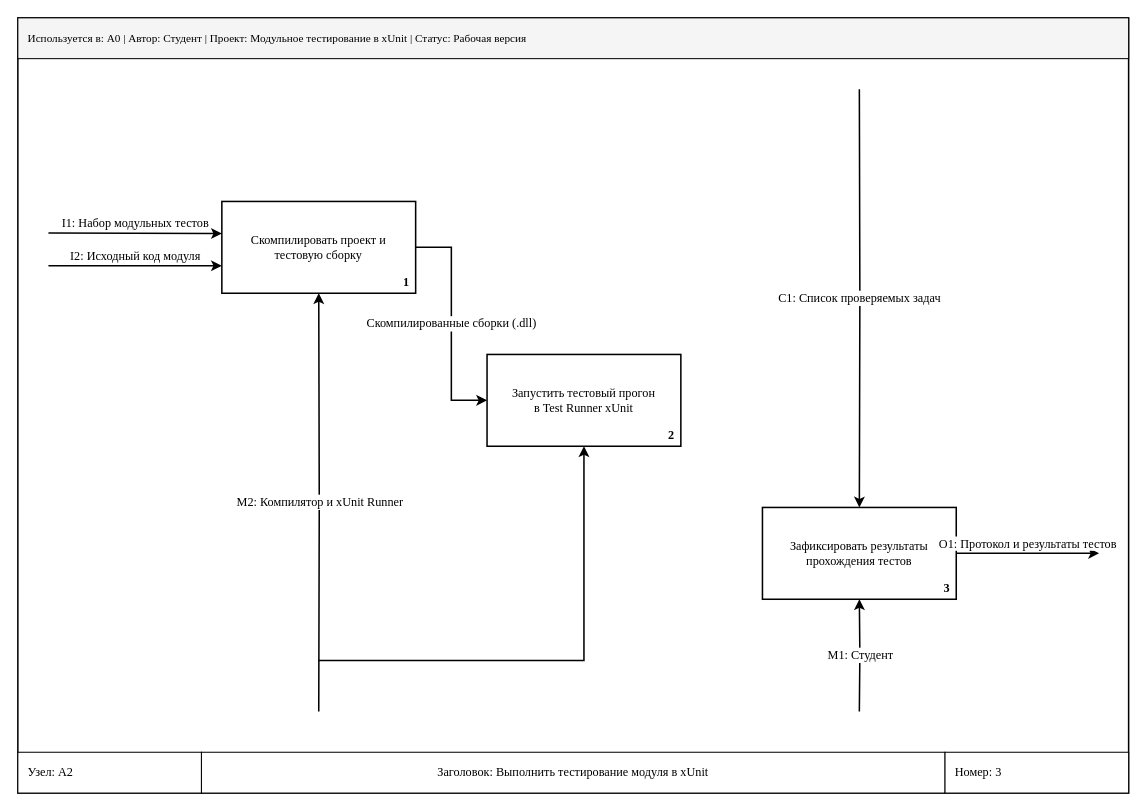
dierpirlo-ui/PITPM keeps this draw.io diagram as page "A2 (Декомпозиция блока A2)" (3 of 3) of Pr6/Task_5_5_IDEF0_Diagrams.drawio. Above is the earlier version. Source tidied: cells renumbered, new cells numbered last; positions are measured from the earlier drawing's top-left corner, leaving out a move shared by most shapes. Both pictures are drawn from the tidied source at 102%, with x=0, y=0 at pixel (17, 17).
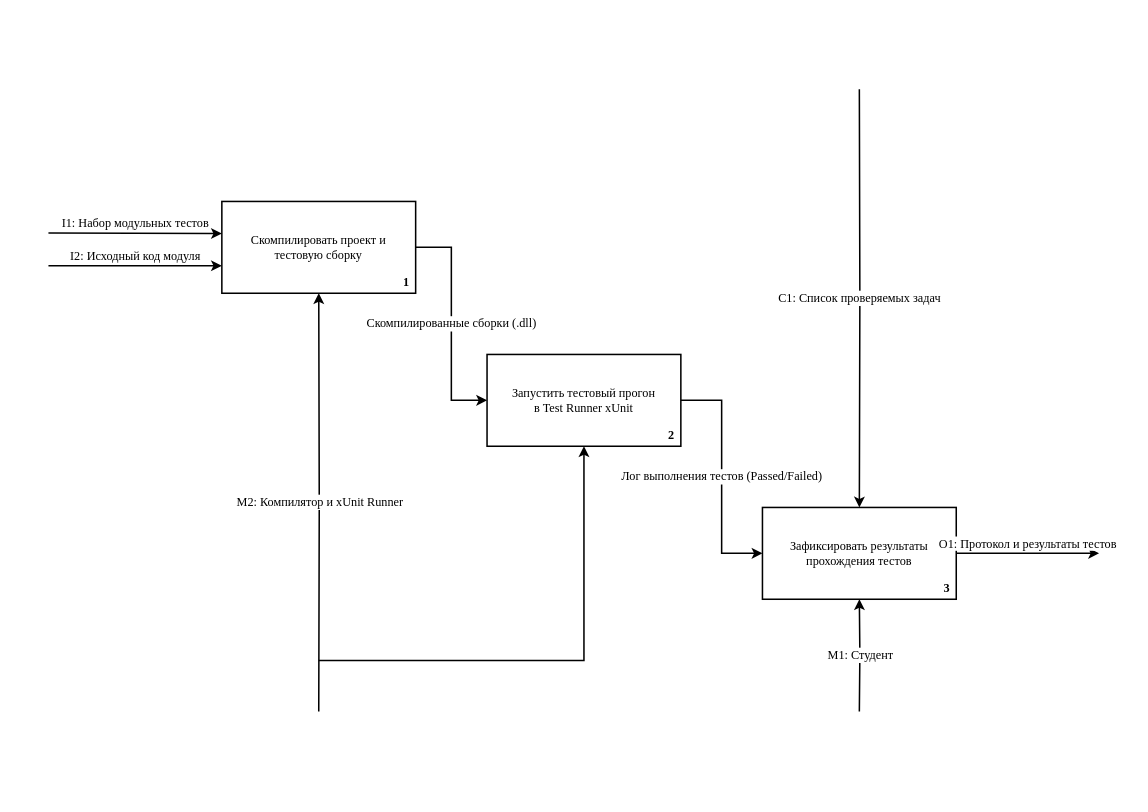
The same diagram, later.

The change refers to these unchanged cells:
```xml
<mxCell id="9" value="Запустить тестовый прогон&#10;в Test Runner xUnit" style="rounded=0;whiteSpace=wrap;html=1;fillColor=#ffffff;strokeColor=#000000;strokeWidth=1.5;fontFamily=Times New Roman;fontSize=12;" parent="1" vertex="1">
  <mxGeometry x="460" y="330" width="190" height="90" as="geometry" />
</mxCell>
<mxCell id="11" value="Зафиксировать результаты&#10;прохождения тестов" style="rounded=0;whiteSpace=wrap;html=1;fillColor=#ffffff;strokeColor=#000000;strokeWidth=1.5;fontFamily=Times New Roman;fontSize=12;" parent="1" vertex="1">
  <mxGeometry x="730" y="480" width="190" height="90" as="geometry" />
</mxCell>
```

What changed in the source:
```diff
@@
-    <mxCell id="2" style="rounded=0;whiteSpace=wrap;html=1;fillColor=none;strokeColor=#000000;strokeWidth=1.5;" parent="1" vertex="1">
-      <mxGeometry width="1089" height="760" as="geometry" />
-    </mxCell>
-    <mxCell id="3" value="Используется в: А0 | Автор: Студент | Проект: Модульное тестирование в xUnit | Статус: Рабочая версия" style="rounded=0;whiteSpace=wrap;html=1;fillColor=#f5f5f5;strokeColor=#000000;strokeWidth=1;fontFamily=Times New Roman;fontSize=11;align=left;spacingLeft=8;" parent="1" vertex="1">
-      <mxGeometry width="1089" height="40" as="geometry" />
-    </mxCell>
-    <mxCell id="4" value="Узел: А2" style="rounded=0;whiteSpace=wrap;html=1;fillColor=#ffffff;strokeColor=#000000;strokeWidth=1;fontFamily=Times New Roman;fontSize=12;align=left;spacingLeft=8;" parent="1" vertex="1">
-      <mxGeometry y="720" width="180" height="40" as="geometry" />
-    </mxCell>
-    <mxCell id="5" value="Заголовок: Выполнить тестирование модуля в xUnit" style="rounded=0;whiteSpace=wrap;html=1;fillColor=#ffffff;strokeColor=#000000;strokeWidth=1;fontFamily=Times New Roman;fontSize=12;align=center;" parent="1" vertex="1">
-      <mxGeometry x="180" y="720" width="729" height="40" as="geometry" />
-    </mxCell>
-    <mxCell id="6" value="Номер: 3" style="rounded=0;whiteSpace=wrap;html=1;fillColor=#ffffff;strokeColor=#000000;strokeWidth=1;fontFamily=Times New Roman;fontSize=12;align=left;spacingLeft=8;" parent="1" vertex="1">
-      <mxGeometry x="909" y="720" width="180" height="40" as="geometry" />
-    </mxCell>
@@
-    <mxCell id="17" value="Лог выполнения тестов (Passed/Failed)" style="edgeStyle=orthogonalEdgeStyle;rounded=0;html=1;endArrow=classic;strokeWidth=1.5;strokeColor=#000000;fontFamily=Times New Roman;fontSize=12;exitX=1;exitY=0.5;exitDx=0;exitDy=0;entryX=0;entryY=0.5;entryDx=0;entryDy=0;" parent="1" edge="1" source="9">
+    <mxCell id="17" value="Лог выполнения тестов (Passed/Failed)" style="edgeStyle=orthogonalEdgeStyle;rounded=0;html=1;endArrow=classic;strokeWidth=1.5;strokeColor=#000000;fontFamily=Times New Roman;fontSize=12;exitX=1;exitY=0.5;exitDx=0;exitDy=0;entryX=0;entryY=0.5;entryDx=0;entryDy=0;" parent="1" edge="1" source="9" target="11">
       <mxGeometry relative="1" as="geometry" />
     </mxCell>
```
